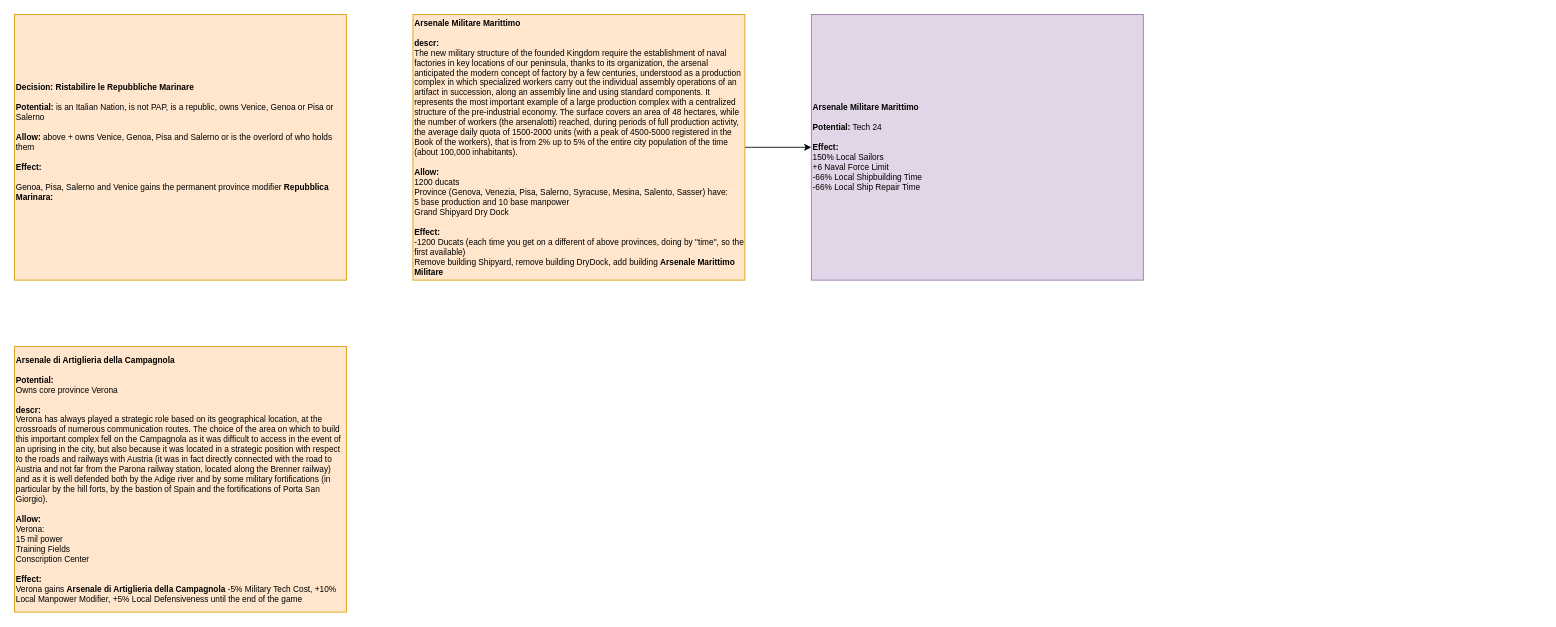
Above: page "Dec/Building" (4 of 4) of It's Spaghetti Time/It's Spaghetti Time.drawio in Melvasul/Missions-Expanded (draw.io), before the change. Source tidied: cells renumbered, new cells numbered last; positions are measured from the earlier drawing's top-left corner, leaving out a move shared by most shapes. Both pictures are drawn from the tidied source at 83%, with x=0, y=0 at pixel (14, 14).
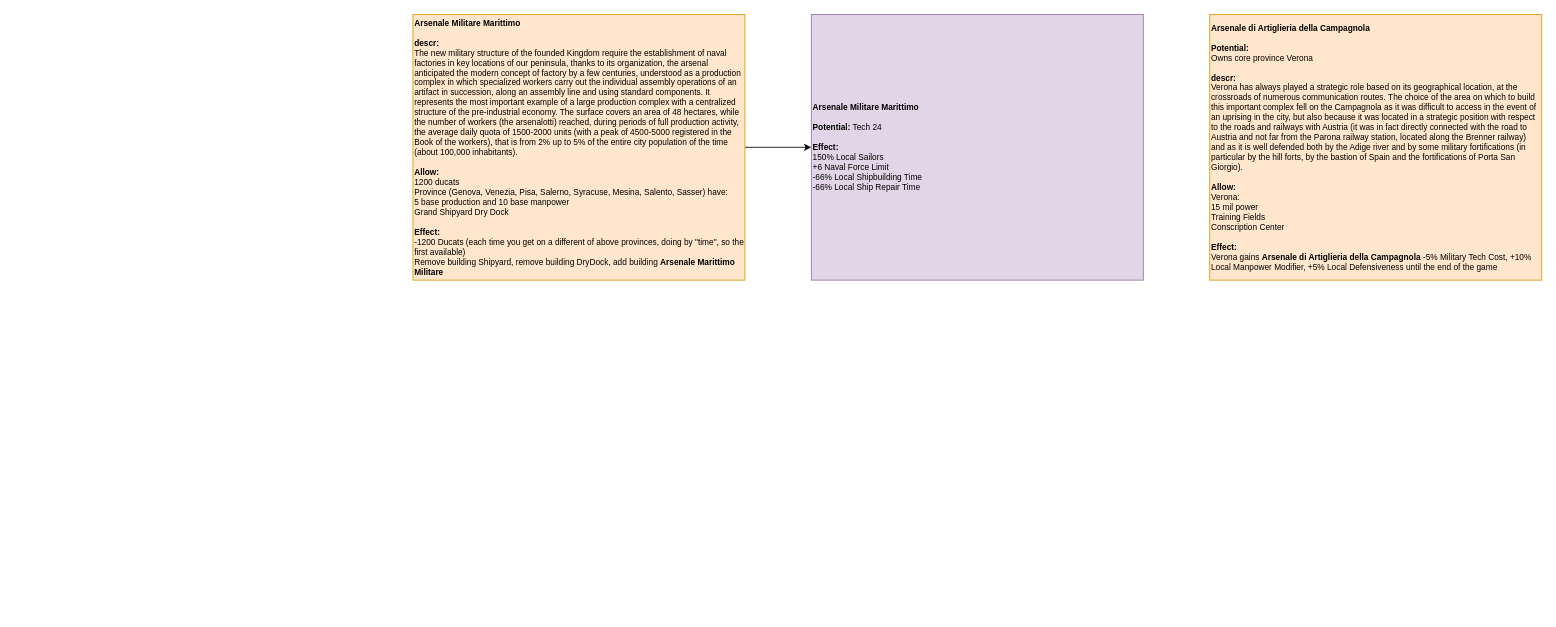
The same page after the edit.

Change to the diagram source:
```diff
@@
 <mxGraphModel>
   <root>
     <mxCell id="0" />
     <mxCell id="1" parent="0" />
-    <mxCell id="2" value="&lt;div style=&quot;font-size: 10px&quot; align=&quot;left&quot;&gt;&lt;b style=&quot;font-size: 10px&quot;&gt;Decision: Ristabilire le Repubbliche Marinare&lt;/b&gt;&lt;/div&gt;&lt;div style=&quot;font-size: 10px&quot; align=&quot;left&quot;&gt;&lt;br style=&quot;font-size: 10px&quot;&gt;&lt;/div&gt;&lt;div style=&quot;font-size: 10px&quot; align=&quot;left&quot;&gt;&lt;b style=&quot;font-size: 10px&quot;&gt;Potential: &lt;/b&gt;is an Italian Nation, is not PAP, is a republic, owns Venice, Genoa or Pisa or Salerno&lt;/div&gt;&lt;div style=&quot;font-size: 10px&quot; align=&quot;left&quot;&gt;&lt;br&gt;&lt;/div&gt;&lt;div style=&quot;font-size: 10px&quot; align=&quot;left&quot;&gt;&lt;b style=&quot;font-size: 10px&quot;&gt;Allow:&lt;/b&gt;&amp;nbsp;above + owns Venice, Genoa, Pisa and Salerno or is the overlord of who holds them&lt;/div&gt;&lt;div style=&quot;font-size: 10px&quot; align=&quot;left&quot;&gt;&lt;br style=&quot;font-size: 10px&quot;&gt;&lt;/div&gt;&lt;div style=&quot;font-size: 10px&quot; align=&quot;left&quot;&gt;&lt;b style=&quot;font-size: 10px&quot;&gt;Effect:&lt;/b&gt;&lt;/div&gt;&lt;div style=&quot;font-size: 10px&quot; align=&quot;left&quot;&gt;&lt;b style=&quot;font-size: 10px&quot;&gt;&lt;br&gt;&lt;/b&gt;&lt;/div&gt;&lt;div style=&quot;font-size: 10px&quot; align=&quot;left&quot;&gt;Genoa, Pisa, Salerno and Venice gains the permanent province modifier&amp;nbsp;&lt;b style=&quot;font-size: 10px&quot;&gt;Repubblica Marinara:&lt;/b&gt;&amp;nbsp;&lt;/div&gt;&lt;div style=&quot;font-size: 10px&quot; align=&quot;left&quot;&gt;&lt;br style=&quot;font-size: 10px&quot;&gt;&lt;/div&gt;" style="rounded=0;whiteSpace=wrap;html=1;align=left;fontSize=10;fillColor=#ffe6cc;strokeColor=#d79b00;fontColor=#000000;" parent="1" vertex="1">
-      <mxGeometry width="400" height="320" as="geometry" />
-    </mxCell>
     <mxCell id="3" style="edgeStyle=orthogonalEdgeStyle;rounded=0;jettySize=auto;html=1;exitX=1;exitY=0.5;exitDx=0;exitDy=0;" parent="1" edge="1" source="4" target="5">
       <mxGeometry relative="1" as="geometry" />
     </mxCell>
     <mxCell id="4" value="&lt;div style=&quot;font-size: 10px&quot; align=&quot;left&quot;&gt;&lt;b&gt;Arsenale Militare Marittimo&lt;/b&gt;&lt;/div&gt;&lt;div style=&quot;font-size: 10px&quot; align=&quot;left&quot;&gt;&lt;br&gt;&lt;/div&gt;&lt;div style=&quot;font-size: 10px&quot; align=&quot;left&quot;&gt;&lt;b&gt;descr:&lt;/b&gt;&lt;/div&gt;&lt;div style=&quot;font-size: 10px&quot; align=&quot;left&quot;&gt;The new military structure of the founded Kingdom require the&amp;nbsp;establishment of naval factories in key locations of our peninsula, thanks to its organization, the arsenal anticipated the modern concept of factory by a few centuries, understood as a production complex in which specialized workers carry out the individual assembly operations of an artifact in succession, along an assembly line and using standard components. It represents the most important example of a large production complex with a centralized structure of the pre-industrial economy. The surface covers an area of 48 hectares, while the number of workers (the arsenalotti) reached, during periods of full production activity, the average daily quota of 1500-2000 units (with a peak of 4500-5000 registered in the Book of the workers), that is from 2% up to 5% of the entire city population of the time (about 100,000 inhabitants).&amp;nbsp;&lt;/div&gt;&lt;div style=&quot;font-size: 10px&quot; align=&quot;left&quot;&gt;&lt;br&gt;&lt;/div&gt;&lt;div style=&quot;font-size: 10px&quot; align=&quot;left&quot;&gt;&lt;b style=&quot;font-size: 10px&quot;&gt;Allow:&lt;/b&gt;&amp;nbsp;&lt;/div&gt;&lt;div style=&quot;font-size: 10px&quot; align=&quot;left&quot;&gt;1200 ducats&lt;br&gt;&lt;/div&gt;&lt;div style=&quot;font-size: 10px&quot; align=&quot;left&quot;&gt;Province (Genova, Venezia, Pisa, Salerno, Syracuse, Mesina, Salento, Sasser) have:&lt;/div&gt;&lt;div style=&quot;font-size: 10px&quot; align=&quot;left&quot;&gt;5 base production and 10 base manpower&lt;/div&gt;&lt;div style=&quot;font-size: 10px&quot; align=&quot;left&quot;&gt;Grand Shipyard&amp;nbsp;&lt;span&gt;Dry Dock&lt;/span&gt;&lt;/div&gt;&lt;div style=&quot;font-size: 10px&quot; align=&quot;left&quot;&gt;&lt;br&gt;&lt;/div&gt;&lt;div style=&quot;font-size: 10px&quot; align=&quot;left&quot;&gt;&lt;b style=&quot;font-size: 10px&quot;&gt;Effect:&lt;/b&gt;&lt;/div&gt;&lt;div style=&quot;font-size: 10px&quot; align=&quot;left&quot;&gt;-1200 Ducats (each time you get on a different of above provinces, doing by &quot;time&quot;, so the first available)&lt;/div&gt;&lt;div style=&quot;font-size: 10px&quot; align=&quot;left&quot;&gt;Remove building Shipyard, remove building DryDock, a&lt;span&gt;dd building &lt;/span&gt;&lt;b&gt;Arsenale Marittimo Militare&lt;/b&gt;&lt;span&gt;&amp;nbsp;&lt;/span&gt;&lt;/div&gt;" style="rounded=0;whiteSpace=wrap;html=1;align=left;fontSize=10;fillColor=#ffe6cc;strokeColor=#d79b00;fontColor=#000000;" parent="1" vertex="1">
       <mxGeometry x="480" width="400" height="320" as="geometry" />
     </mxCell>
     <mxCell id="5" value="&lt;div style=&quot;font-size: 10px&quot; align=&quot;left&quot;&gt;&lt;b&gt;Arsenale Militare Marittimo&lt;/b&gt;&lt;/div&gt;&lt;div style=&quot;font-size: 10px&quot; align=&quot;left&quot;&gt;&lt;br style=&quot;font-size: 10px&quot;&gt;&lt;/div&gt;&lt;div style=&quot;font-size: 10px&quot; align=&quot;left&quot;&gt;&lt;b style=&quot;font-size: 10px&quot;&gt;Potential:&lt;/b&gt;&lt;span style=&quot;font-size: 10px&quot;&gt; Tech 24&lt;/span&gt;&lt;/div&gt;&lt;div style=&quot;font-size: 10px&quot; align=&quot;left&quot;&gt;&lt;br&gt;&lt;/div&gt;&lt;div style=&quot;font-size: 10px&quot; align=&quot;left&quot;&gt;&lt;b style=&quot;font-size: 10px&quot;&gt;Effect:&lt;/b&gt;&lt;/div&gt;&lt;div style=&quot;font-size: 10px&quot; align=&quot;left&quot;&gt;150% Local Sailors&lt;/div&gt;&lt;div style=&quot;font-size: 10px&quot; align=&quot;left&quot;&gt;+6 Naval Force Limit&lt;/div&gt;&lt;div style=&quot;font-size: 10px&quot; align=&quot;left&quot;&gt;-66% Local Shipbuilding Time&lt;/div&gt;&lt;div style=&quot;font-size: 10px&quot; align=&quot;left&quot;&gt;-66% Local Ship Repair Time&lt;/div&gt;" style="rounded=0;whiteSpace=wrap;html=1;align=left;fontSize=10;fillColor=#e1d5e7;strokeColor=#9673a6;fontColor=#000000;" parent="1" vertex="1">
       <mxGeometry x="960" width="400" height="320" as="geometry" />
     </mxCell>
     <mxCell id="6" value="&lt;div align=&quot;left&quot;&gt;&lt;b&gt;Arsenale di Artiglieria della Campagnola&lt;/b&gt;&lt;br&gt;&lt;/div&gt;&lt;div style=&quot;font-size: 10px&quot; align=&quot;left&quot;&gt;&lt;br style=&quot;font-size: 10px&quot;&gt;&lt;/div&gt;&lt;div style=&quot;font-size: 10px&quot; align=&quot;left&quot;&gt;&lt;b style=&quot;font-size: 10px&quot;&gt;Potential:&lt;/b&gt;&lt;/div&gt;&lt;div style=&quot;font-size: 10px&quot; align=&quot;left&quot;&gt;Owns core province Verona&lt;br&gt;&lt;/div&gt;&lt;div style=&quot;font-size: 10px&quot; align=&quot;left&quot;&gt;&lt;br&gt;&lt;/div&gt;&lt;div style=&quot;font-size: 10px&quot; align=&quot;left&quot;&gt;&lt;b&gt;descr:&lt;/b&gt;&lt;/div&gt;&lt;div align=&quot;left&quot;&gt;Verona has always played a strategic role based on its geographical location, at the crossroads of numerous communication routes.&amp;nbsp;The choice of the area on which to build this important complex fell on the Campagnola as it was difficult to access in the event of an uprising in the city, but also because it was located in a strategic position with respect to the roads and railways with Austria (it was in fact directly connected with the road to Austria and not far from the Parona railway station, located along the Brenner railway) and as it is well defended both by the Adige river and by some military fortifications (in particular by the hill forts, by the bastion of Spain and the fortifications of Porta San Giorgio).&amp;nbsp;&lt;/div&gt;&lt;div align=&quot;left&quot;&gt;&lt;br&gt;&lt;/div&gt;&lt;div style=&quot;font-size: 10px&quot; align=&quot;left&quot;&gt;&lt;b style=&quot;font-size: 10px&quot;&gt;Allow:&lt;/b&gt;&amp;nbsp;&lt;/div&gt;&lt;div style=&quot;font-size: 10px&quot; align=&quot;left&quot;&gt;&lt;span&gt;Verona:&lt;/span&gt;&lt;br&gt;&lt;/div&gt;&lt;div style=&quot;font-size: 10px&quot; align=&quot;left&quot;&gt;&lt;div align=&quot;left&quot;&gt;15 mil power&lt;/div&gt;&lt;div align=&quot;left&quot;&gt;Training Fields&lt;/div&gt;&lt;div align=&quot;left&quot;&gt;Conscription Center&lt;/div&gt;&lt;/div&gt;&lt;div style=&quot;font-size: 10px&quot; align=&quot;left&quot;&gt;&lt;br&gt;&lt;/div&gt;&lt;div style=&quot;font-size: 10px&quot; align=&quot;left&quot;&gt;&lt;b style=&quot;font-size: 10px&quot;&gt;Effect:&lt;/b&gt;&lt;/div&gt;&lt;div style=&quot;font-size: 10px&quot; align=&quot;left&quot;&gt;Verona gains&amp;nbsp;&lt;b&gt;Arsenale di Artiglieria della Campagnola&lt;/b&gt;&amp;nbsp;-5% Military Tech Cost, +10% Local Manpower Modifier, +5% Local Defensiveness until the end of the game&amp;nbsp;&lt;/div&gt;" style="rounded=0;whiteSpace=wrap;html=1;align=left;fontSize=10;fillColor=#ffe6cc;strokeColor=#d79b00;fontColor=#000000;" parent="1" vertex="1">
-      <mxGeometry y="400" width="400" height="320" as="geometry" />
+      <mxGeometry x="1440" width="400" height="320" as="geometry" />
     </mxCell>
   </root>
 </mxGraphModel>
```
